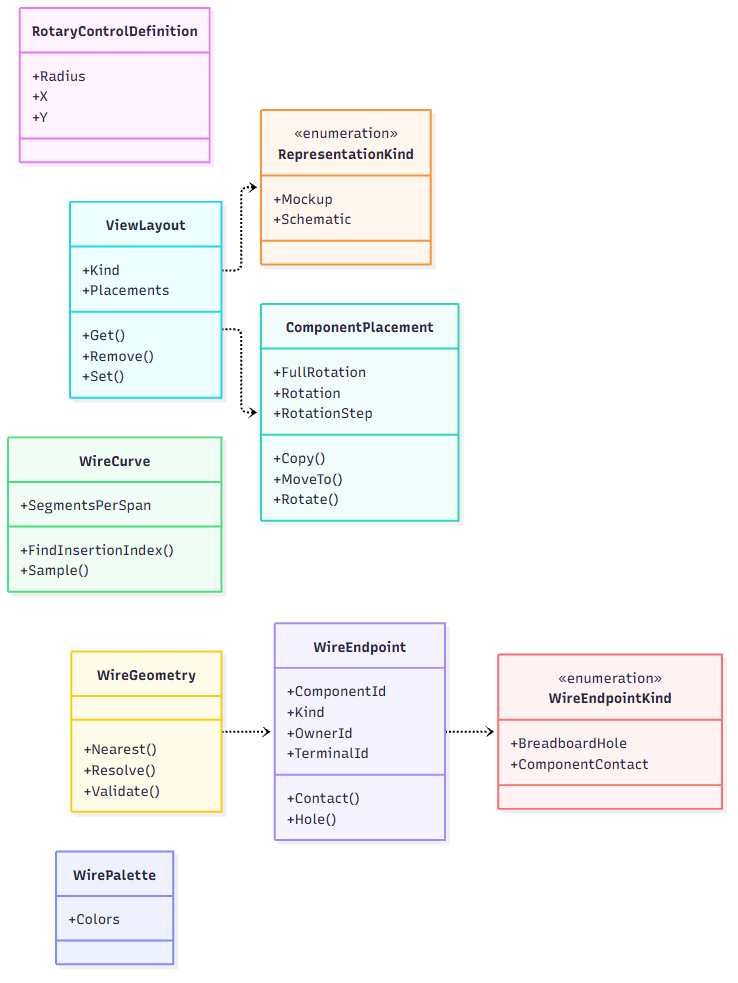
Ismail-DEV-dg/3D-physical-Technical-constructor keeps this Mermaid diagram as docs/uml/images/model-core-03.png. Above is the earlier version. Its source is kept beside it as docs/uml/generated/model-core-03.mmd.
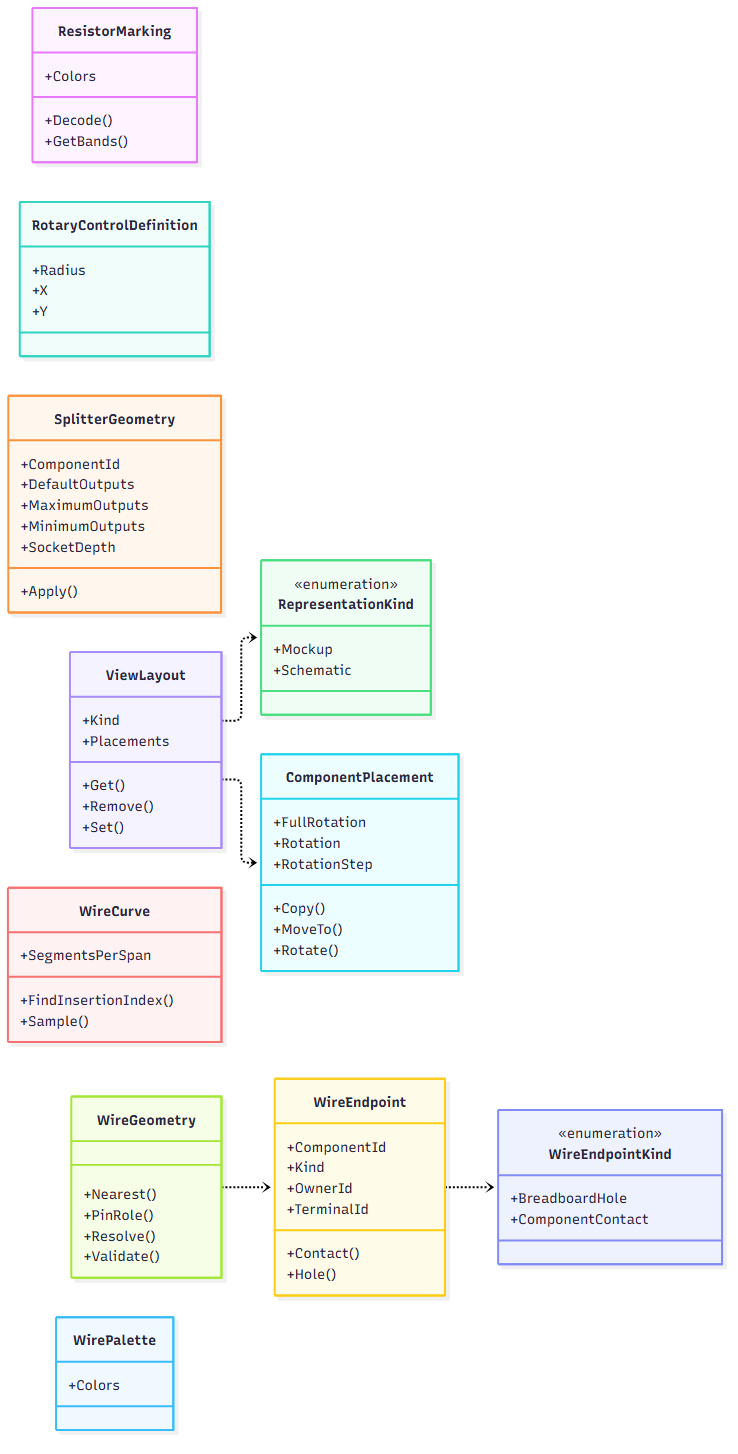
Later version of the same file.

The edit, as a diff of the source:
```diff
@@ -1,48 +1,60 @@
 classDiagram
     direction LR
-    class T01["RotaryControlDefinition"]
-    T01 : +Radius
-    T01 : +X
-    T01 : +Y
-    class T02["ComponentPlacement"]
-    T02 : +Copy()
-    T02 : +FullRotation
-    T02 : +MoveTo()
-    T02 : +Rotate()
-    T02 : +Rotation
-    T02 : +RotationStep
-    class T03["RepresentationKind"]
-    <<enumeration>> T03
-    T03 : +Mockup
-    T03 : +Schematic
-    class T04["ViewLayout"]
-    T04 : +Get()
-    T04 : +Kind
-    T04 : +Placements
-    T04 : +Remove()
-    T04 : +Set()
-    class T05["WireCurve"]
-    T05 : +FindInsertionIndex()
-    T05 : +Sample()
-    T05 : +SegmentsPerSpan
-    class T06["WireEndpoint"]
-    T06 : +ComponentId
-    T06 : +Contact()
-    T06 : +Hole()
+    class T01["ResistorMarking"]
+    T01 : +Colors
+    T01 : +Decode()
+    T01 : +GetBands()
+    class T02["RotaryControlDefinition"]
+    T02 : +Radius
+    T02 : +X
+    T02 : +Y
+    class T03["SplitterGeometry"]
+    T03 : +Apply()
+    T03 : +ComponentId
+    T03 : +DefaultOutputs
+    T03 : +MaximumOutputs
+    T03 : +MinimumOutputs
+    T03 : +SocketDepth
+    class T04["ComponentPlacement"]
+    T04 : +Copy()
+    T04 : +FullRotation
+    T04 : +MoveTo()
+    T04 : +Rotate()
+    T04 : +Rotation
+    T04 : +RotationStep
+    class T05["RepresentationKind"]
+    <<enumeration>> T05
+    T05 : +Mockup
+    T05 : +Schematic
+    class T06["ViewLayout"]
+    T06 : +Get()
     T06 : +Kind
-    T06 : +OwnerId
-    T06 : +TerminalId
-    class T07["WireEndpointKind"]
-    <<enumeration>> T07
-    T07 : +BreadboardHole
-    T07 : +ComponentContact
-    class T08["WireGeometry"]
-    T08 : +Nearest()
-    T08 : +Resolve()
-    T08 : +Validate()
-    class T09["WirePalette"]
-    T09 : +Colors
-    T04 ..> T03
-    T04 ..> T02
-    T06 ..> T07
-    T08 ..> T06
+    T06 : +Placements
+    T06 : +Remove()
+    T06 : +Set()
+    class T07["WireCurve"]
+    T07 : +FindInsertionIndex()
+    T07 : +Sample()
+    T07 : +SegmentsPerSpan
+    class T08["WireEndpoint"]
+    T08 : +ComponentId
+    T08 : +Contact()
+    T08 : +Hole()
+    T08 : +Kind
+    T08 : +OwnerId
+    T08 : +TerminalId
+    class T09["WireEndpointKind"]
+    <<enumeration>> T09
+    T09 : +BreadboardHole
+    T09 : +ComponentContact
+    class T10["WireGeometry"]
+    T10 : +Nearest()
+    T10 : +PinRole()
+    T10 : +Resolve()
+    T10 : +Validate()
+    class T11["WirePalette"]
+    T11 : +Colors
+    T06 ..> T05
+    T06 ..> T04
+    T08 ..> T09
+    T10 ..> T08
```
